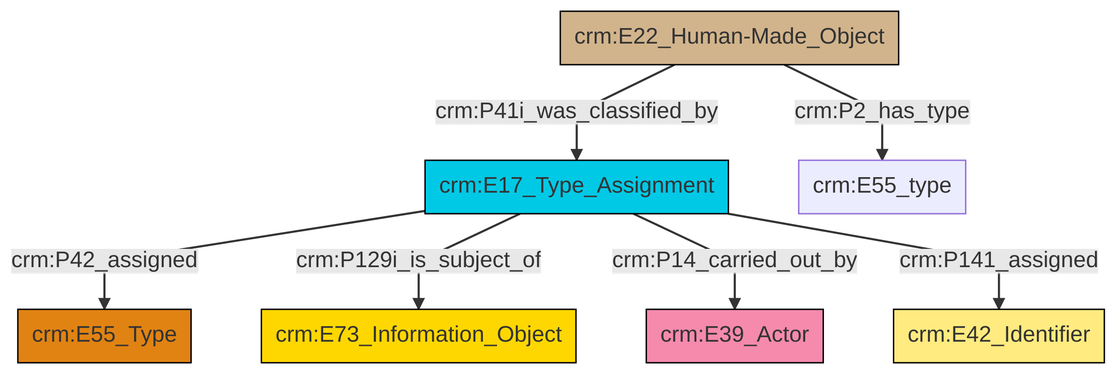
This is et/builtWorkCSV/ttl/mmd/png/Built_Work_designation_status.png from swiss-art-research-net/reference-data-models, a Mermaid export, as it was before one commit. Its source is kept beside it as et/builtWorkCSV/ttl/mmd/Built_Work_designation_status.ttl.mmd.
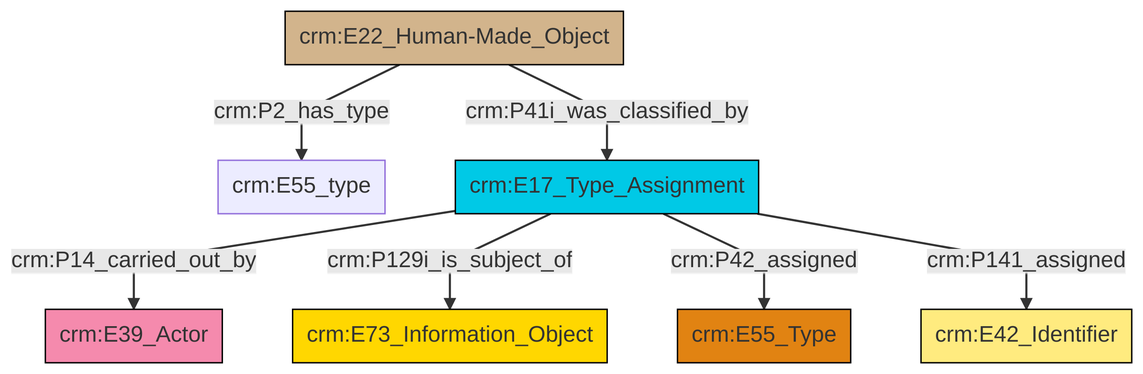
After the change.

What changed in the source:
```diff
@@ -13,9 +13,9 @@
 classDef PC_Classes fill:#4ce600, stroke:#000000;
 classDef Multi fill:#cccccc,stroke:#000000;
 
-0["crm:E17_Type_Assignment"]:::Temporal_Entity -->|crm:P42_assigned| 1["crm:E55_Type"]:::Type
-0["crm:E17_Type_Assignment"]:::Temporal_Entity -->|crm:P129i_is_subject_of| 2["crm:E73_Information_Object"]:::Conceptual_Object
-0["crm:E17_Type_Assignment"]:::Temporal_Entity -->|crm:P14_carried_out_by| 4["crm:E39_Actor"]:::Actor
-0["crm:E17_Type_Assignment"]:::Temporal_Entity -->|crm:P141_assigned| 5["crm:E42_Identifier"]:::Appellation
-8["crm:E22_Human-Made_Object"]:::Physical_Thing -->|crm:P41i_was_classified_by| 0["crm:E17_Type_Assignment"]:::Temporal_Entity
-8["crm:E22_Human-Made_Object"]:::Physical_Thing -->|crm:P2_has_type| 10["crm:E55_type"]:::Default
+2["crm:E22_Human-Made_Object"]:::Physical_Thing -->|crm:P2_has_type| 8["crm:E55_type"]:::Default
+2["crm:E22_Human-Made_Object"]:::Physical_Thing -->|crm:P41i_was_classified_by| 9["crm:E17_Type_Assignment"]:::Temporal_Entity
+9["crm:E17_Type_Assignment"]:::Temporal_Entity -->|crm:P14_carried_out_by| 6["crm:E39_Actor"]:::Actor
+9["crm:E17_Type_Assignment"]:::Temporal_Entity -->|crm:P129i_is_subject_of| 0["crm:E73_Information_Object"]:::Conceptual_Object
+9["crm:E17_Type_Assignment"]:::Temporal_Entity -->|crm:P42_assigned| 12["crm:E55_Type"]:::Type
+9["crm:E17_Type_Assignment"]:::Temporal_Entity -->|crm:P141_assigned| 4["crm:E42_Identifier"]:::Appellation
```
